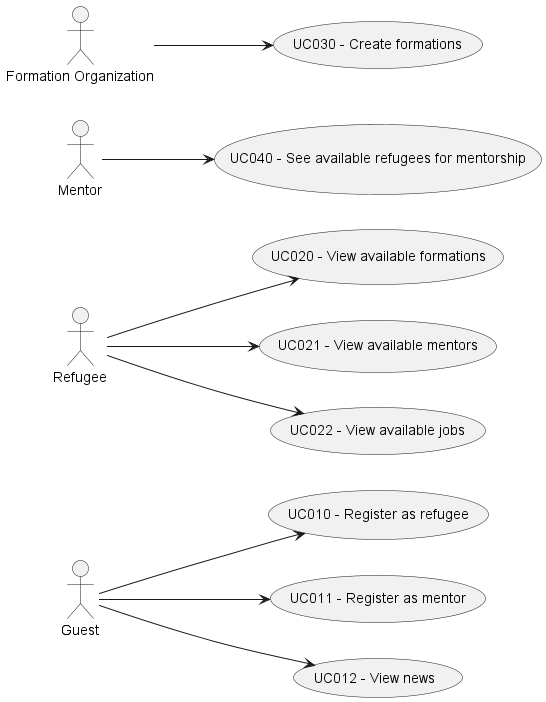
Above: Doc/Requirements/png/UseCaseDiagram.png in kanzodotjava/RefugeeLINK (PlantUML), before the change.
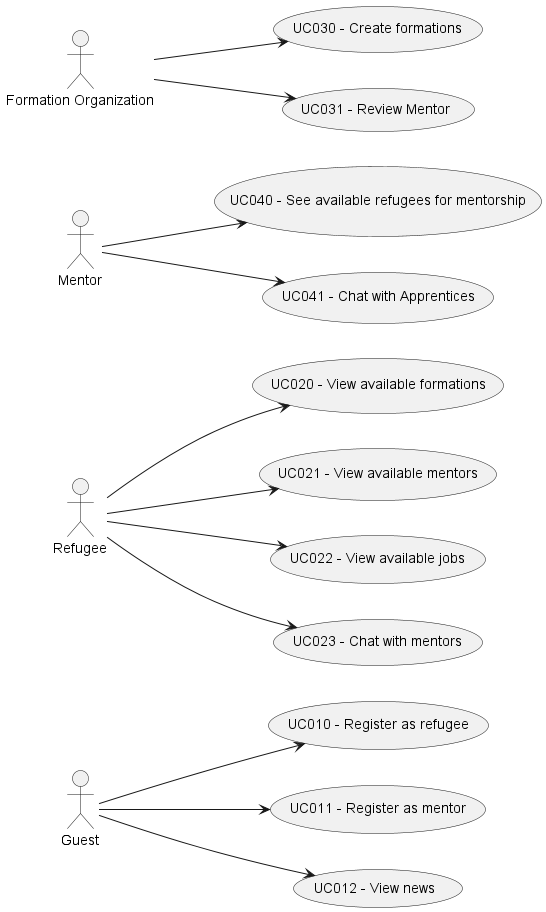
After the commit.

What changed in the source:
```diff
@@ -13,8 +13,12 @@
 usecase "UC020 - View available formations" as UC020
 usecase "UC021 - View available mentors" as UC021
 usecase "UC022 - View available jobs" as UC022
+usecase "UC023 - Chat with mentors" as UC023
 usecase "UC030 - Create formations" as UC030
+usecase "UC031 - Review Mentor" as UC031
 usecase "UC040 - See available refugees for mentorship" as UC040
+usecase "UC041 - Chat with Apprentices" as UC041
+
 
 Guest --> UC010
 Guest --> UC011
@@ -22,7 +26,11 @@
 Refugee --> UC020
 Refugee --> UC021
 Refugee --> UC022
+Refugee --> UC023
 Mentor --> UC040
+Mentor --> UC041
 Org --> UC030
+Org --> UC031
+
 
 @enduml
```
